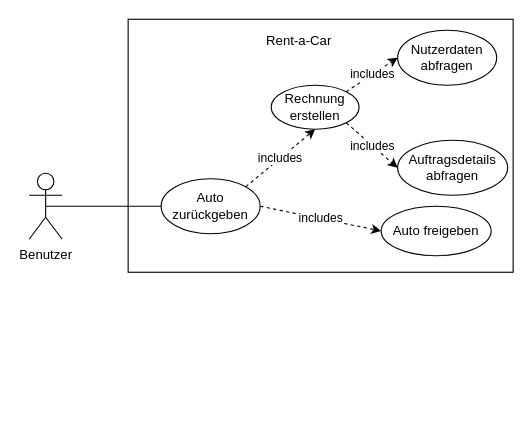
Earlier version of the draw.io diagram page "Auto zurückgeben" (2 of 4) of diagramme/draw.io_Files/useCases.drawio (asys1920/asysmanagement). Source tidied: cells renumbered, new cells numbered last; positions are measured from the earlier drawing's top-left corner, leaving out a move shared by most shapes. Both pictures are drawn from the tidied source at 110%, with x=0, y=0 at pixel (29, 19).
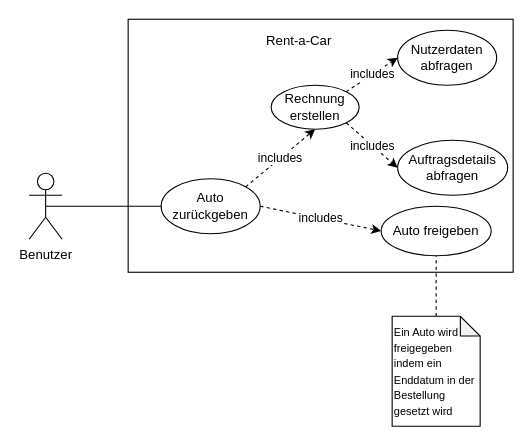
After the change.

The edit, as a diff of the source:
```diff
@@
 <mxGraphModel>
   <root>
     <mxCell id="0" />
     <mxCell id="1" parent="0" />
     <mxCell id="2" value="Benutzer" style="shape=umlActor;verticalLabelPosition=bottom;labelBackgroundColor=#ffffff;verticalAlign=top;html=1;outlineConnect=0;" parent="1" vertex="1">
       <mxGeometry y="140" width="30" height="60" as="geometry" />
     </mxCell>
     <mxCell id="3" style="rounded=0;whiteSpace=wrap;html=1;" parent="1" vertex="1">
       <mxGeometry x="90" width="350" height="230" as="geometry" />
     </mxCell>
     <mxCell id="4" value="Rent-a-Car" style="text;html=1;align=center;verticalAlign=middle;" parent="1" vertex="1">
       <mxGeometry x="210" y="10" width="70" height="20" as="geometry" />
     </mxCell>
     <mxCell id="5" value="includes" style="edgeStyle=none;rounded=0;jettySize=auto;html=1;exitX=1;exitY=0;exitDx=0;exitDy=0;entryX=0.5;entryY=1;entryDx=0;entryDy=0;dashed=1;endArrow=classic;endFill=1;" parent="1" edge="1" source="7" target="11">
       <mxGeometry relative="1" as="geometry" />
     </mxCell>
     <mxCell id="6" value="includes" style="edgeStyle=none;rounded=0;jettySize=auto;html=1;exitX=1;exitY=0.5;exitDx=0;exitDy=0;entryX=0;entryY=0.5;entryDx=0;entryDy=0;dashed=1;endArrow=classic;endFill=1;" parent="1" edge="1" source="7" target="12">
       <mxGeometry relative="1" as="geometry" />
     </mxCell>
     <mxCell id="7" value="Auto zurückgeben" style="ellipse;whiteSpace=wrap;html=1;" parent="1" vertex="1">
       <mxGeometry x="120" y="145" width="90" height="50" as="geometry" />
     </mxCell>
     <mxCell id="8" style="edgeStyle=orthogonalEdgeStyle;rounded=0;jettySize=auto;html=1;exitX=0.5;exitY=0.5;exitDx=0;exitDy=0;exitPerimeter=0;entryX=0;entryY=0.5;entryDx=0;entryDy=0;endArrow=none;endFill=0;" parent="1" edge="1" source="2" target="7">
       <mxGeometry relative="1" as="geometry" />
     </mxCell>
     <mxCell id="9" value="includes" style="rounded=0;jettySize=auto;html=1;exitX=1;exitY=0;exitDx=0;exitDy=0;entryX=0;entryY=0.5;entryDx=0;entryDy=0;endArrow=classic;endFill=1;dashed=1;" parent="1" edge="1" source="11" target="14">
       <mxGeometry relative="1" as="geometry" />
     </mxCell>
     <mxCell id="10" value="includes" style="edgeStyle=none;rounded=0;jettySize=auto;html=1;exitX=1;exitY=1;exitDx=0;exitDy=0;entryX=0;entryY=0.5;entryDx=0;entryDy=0;dashed=1;endArrow=classic;endFill=1;" parent="1" edge="1" source="11" target="13">
       <mxGeometry relative="1" as="geometry" />
     </mxCell>
     <mxCell id="11" value="Rechnung erstellen" style="ellipse;whiteSpace=wrap;html=1;" parent="1" vertex="1">
       <mxGeometry x="220" y="60" width="80" height="40" as="geometry" />
     </mxCell>
     <mxCell id="12" value="Auto freigeben" style="ellipse;whiteSpace=wrap;html=1;" parent="1" vertex="1">
       <mxGeometry x="320" y="170" width="100" height="45" as="geometry" />
     </mxCell>
     <mxCell id="13" value="Auftragsdetails abfragen" style="ellipse;whiteSpace=wrap;html=1;" parent="1" vertex="1">
       <mxGeometry x="335" y="110" width="100" height="50" as="geometry" />
     </mxCell>
     <mxCell id="14" value="Nutzerdaten abfragen" style="ellipse;whiteSpace=wrap;html=1;" parent="1" vertex="1">
       <mxGeometry x="335" y="10" width="90" height="50" as="geometry" />
     </mxCell>
+    <mxCell id="15" value="&lt;font style=&quot;font-size: 10px&quot;&gt;Ein Auto wird&lt;br&gt;freigegeben indem ein Enddatum in der Bestellung gesetzt wird&lt;/font&gt;" style="shape=note;whiteSpace=wrap;html=1;backgroundOutline=1;darkOpacity=0.05;align=left;size=18;" parent="1" vertex="1">
+      <mxGeometry x="330" y="270" width="80" height="100" as="geometry" />
+    </mxCell>
+    <mxCell id="16" style="endArrow=none;dashed=1;html=1;entryX=0.5;entryY=1;entryDx=0;entryDy=0;exitX=0.5;exitY=0;exitDx=0;exitDy=0;exitPerimeter=0;" parent="1" edge="1" source="15" target="12">
+      <mxGeometry relative="1" as="geometry" />
+    </mxCell>
   </root>
 </mxGraphModel>
```
